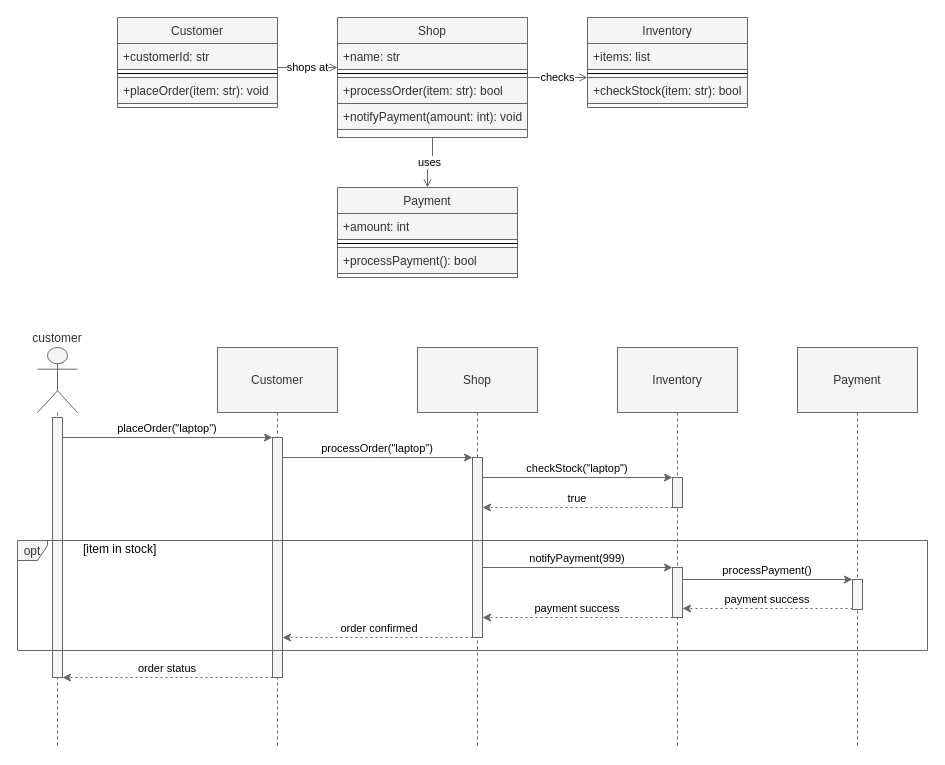
This is diagrams/examples/fragments_examples/opt_01.1.drawio from kkubinova/drawio_plugin, a draw.io file, before an edit. Source tidied: cells renumbered, new cells numbered last; positions are measured from the earlier drawing's top-left corner, leaving out a move shared by most shapes. Both pictures are drawn from the tidied source at 100%, with x=0, y=0 at pixel (17, 17).
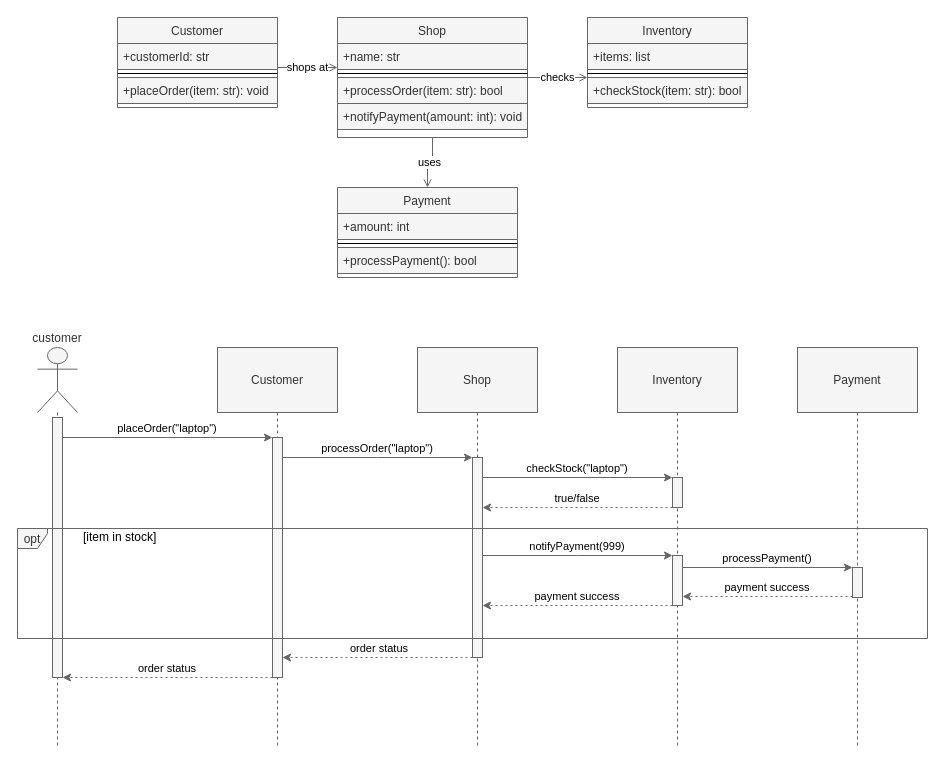
The same page after the edit.

Unchanged cells that the change refers to:
```xml
<mxCell id="24" style="group;fillColor=none;" parent="23" vertex="1">
  <mxGeometry x="20" y="330" width="890" height="400" as="geometry" />
</mxCell>
<mxCell id="28" style="points=[];perimeter=orthogonalPerimeter;outlineConnect=0;targetShapes=umlLifeline;portConstraint=eastwest;fillColor=#f5f5f5;fontColor=#333333;strokeColor=#666666;" parent="27" vertex="1">
  <mxGeometry x="55" y="90" width="10" height="240" as="geometry" />
</mxCell>
<mxCell id="29" value="Shop" style="shape=umlLifeline;perimeter=lifelinePerimeter;whiteSpace=wrap;size=65;fillColor=#f5f5f5;fontColor=#333333;strokeColor=#666666;" parent="24" vertex="1">
  <mxGeometry x="380" width="120" height="400" as="geometry" />
</mxCell>
<mxCell id="31" value="Inventory" style="shape=umlLifeline;perimeter=lifelinePerimeter;whiteSpace=wrap;size=65;fillColor=#f5f5f5;fontColor=#333333;strokeColor=#666666;" parent="24" vertex="1">
  <mxGeometry x="580" width="120" height="400" as="geometry" />
</mxCell>
<mxCell id="44" style="points=[];perimeter=orthogonalPerimeter;outlineConnect=0;targetShapes=umlLifeline;portConstraint=eastwest;fillColor=#f5f5f5;fontColor=#333333;strokeColor=#666666;" parent="24" vertex="1">
  <mxGeometry x="635" y="130" width="10" height="30" as="geometry" />
</mxCell>
<mxCell id="45" value="Payment" style="shape=umlLifeline;perimeter=lifelinePerimeter;whiteSpace=wrap;size=65;fillColor=#f5f5f5;fontColor=#333333;strokeColor=#666666;" parent="23" vertex="1">
  <mxGeometry x="780" y="330" width="120" height="400" as="geometry" />
</mxCell>
```

Change to the diagram source:
```diff
@@
     <mxCell id="30" style="points=[];perimeter=orthogonalPerimeter;outlineConnect=0;targetShapes=umlLifeline;portConstraint=eastwest;fillColor=#f5f5f5;fontColor=#333333;strokeColor=#666666;" parent="29" vertex="1">
-      <mxGeometry x="55" y="110" width="10" height="180" as="geometry" />
+      <mxGeometry x="55" y="110" width="10" height="200" as="geometry" />
     </mxCell>
@@
     <mxCell id="32" style="perimeter=orthogonalPerimeter;targetShapes=umlLifeline;fillColor=#f5f5f5;fontColor=#333333;strokeColor=#666666;" parent="31" vertex="1">
-      <mxGeometry x="55" y="220" width="10" height="50" as="geometry" />
+      <mxGeometry x="55" y="208" width="10" height="50" as="geometry" />
     </mxCell>
@@
-    <mxCell id="36" value="true" style="verticalAlign=bottom;edgeStyle=elbowEdgeStyle;elbow=vertical;curved=0;rounded=0;dashed=1;dashPattern=2 3;endArrow=classic;fillColor=#f5f5f5;strokeColor=#666666;endFill=1;" parent="24" edge="1" source="44" target="30">
+    <mxCell id="36" value="true/false" style="verticalAlign=bottom;edgeStyle=elbowEdgeStyle;elbow=vertical;curved=0;rounded=0;dashed=1;dashPattern=2 3;endArrow=classic;fillColor=#f5f5f5;strokeColor=#666666;endFill=1;" parent="24" edge="1" source="44" target="30">
       <mxGeometry relative="1" as="geometry">
         <Array as="points">
           <mxPoint x="600" y="160" />
         </Array>
       </mxGeometry>
     </mxCell>
     <mxCell id="37" value="opt" style="shape=umlFrame;strokeColor=#666666;height=20;width=30;fillColor=#f5f5f5;fontColor=#333333;" parent="24" vertex="1">
-      <mxGeometry x="-20" y="193" width="910" height="110" as="geometry" />
+      <mxGeometry x="-20" y="181" width="910" height="110" as="geometry" />
     </mxCell>
@@
-    <mxCell id="39" value="notifyPayment(999)" style="verticalAlign=bottom;edgeStyle=elbowEdgeStyle;elbow=vertical;curved=0;rounded=0;endArrow=classic;fillColor=#f5f5f5;strokeColor=#666666;endFill=1;" parent="24" edge="1" source="30">
+    <mxCell id="39" value="notifyPayment(999)" style="verticalAlign=bottom;edgeStyle=elbowEdgeStyle;elbow=vertical;curved=0;rounded=0;endArrow=classic;fillColor=#f5f5f5;strokeColor=#666666;endFill=1;" parent="24" edge="1">
       <mxGeometry relative="1" as="geometry">
-        <mxPoint x="635" y="220" as="targetPoint" />
+        <mxPoint x="445" y="208" as="sourcePoint" />
+        <mxPoint x="635" y="208" as="targetPoint" />
       </mxGeometry>
     </mxCell>
     <mxCell id="40" value="processPayment()" style="verticalAlign=bottom;edgeStyle=elbowEdgeStyle;elbow=vertical;curved=0;rounded=0;endArrow=classic;fillColor=#f5f5f5;strokeColor=#666666;endFill=1;" parent="24" edge="1" target="46">
       <mxGeometry relative="1" as="geometry">
-        <mxPoint x="645" y="232" as="sourcePoint" />
+        <mxPoint x="645" y="220" as="sourcePoint" />
       </mxGeometry>
     </mxCell>
-    <mxCell id="41" value="payment success" style="verticalAlign=bottom;edgeStyle=elbowEdgeStyle;elbow=vertical;curved=0;rounded=0;dashed=1;dashPattern=2 3;endArrow=classic;fillColor=#f5f5f5;strokeColor=#666666;endFill=1;" parent="24" edge="1" target="30">
+    <mxCell id="41" value="payment success" style="verticalAlign=bottom;edgeStyle=elbowEdgeStyle;elbow=vertical;curved=0;rounded=0;dashed=1;dashPattern=2 3;endArrow=classic;fillColor=#f5f5f5;strokeColor=#666666;endFill=1;" parent="24" edge="1">
       <mxGeometry relative="1" as="geometry">
-        <mxPoint x="635" y="270" as="sourcePoint" />
+        <mxPoint x="635" y="258" as="sourcePoint" />
+        <mxPoint x="445" y="258" as="targetPoint" />
       </mxGeometry>
     </mxCell>
-    <mxCell id="42" value="order confirmed" style="verticalAlign=bottom;edgeStyle=elbowEdgeStyle;elbow=vertical;curved=0;rounded=0;dashed=1;dashPattern=2 3;endArrow=classic;fillColor=#f5f5f5;strokeColor=#666666;endFill=1;" parent="24" edge="1" target="28">
+    <mxCell id="42" value="order status" style="verticalAlign=bottom;edgeStyle=elbowEdgeStyle;elbow=horizontal;curved=0;rounded=0;dashed=1;dashPattern=2 3;endArrow=classic;fillColor=#f5f5f5;strokeColor=#666666;endFill=1;" parent="24" edge="1">
       <mxGeometry relative="1" as="geometry">
-        <mxPoint x="440" y="290" as="sourcePoint" />
+        <mxPoint x="440" y="310" as="sourcePoint" />
+        <mxPoint x="245" y="310" as="targetPoint" />
       </mxGeometry>
     </mxCell>
@@
     <mxCell id="46" style="points=[];perimeter=orthogonalPerimeter;outlineConnect=0;targetShapes=umlLifeline;portConstraint=eastwest;fillColor=#f5f5f5;fontColor=#333333;strokeColor=#666666;" parent="45" vertex="1">
-      <mxGeometry x="55" y="232" width="10" height="30" as="geometry" />
+      <mxGeometry x="55" y="220" width="10" height="30" as="geometry" />
     </mxCell>
     <mxCell id="47" value="payment success" style="verticalAlign=bottom;edgeStyle=elbowEdgeStyle;elbow=vertical;curved=0;rounded=0;dashed=1;dashPattern=2 3;endArrow=classic;fillColor=#f5f5f5;strokeColor=#666666;endFill=1;" parent="23" edge="1">
       <mxGeometry relative="1" as="geometry">
-        <mxPoint x="835" y="591" as="sourcePoint" />
-        <mxPoint x="665" y="591" as="targetPoint" />
+        <mxPoint x="835" y="579" as="sourcePoint" />
+        <mxPoint x="665" y="579" as="targetPoint" />
       </mxGeometry>
     </mxCell>
```
